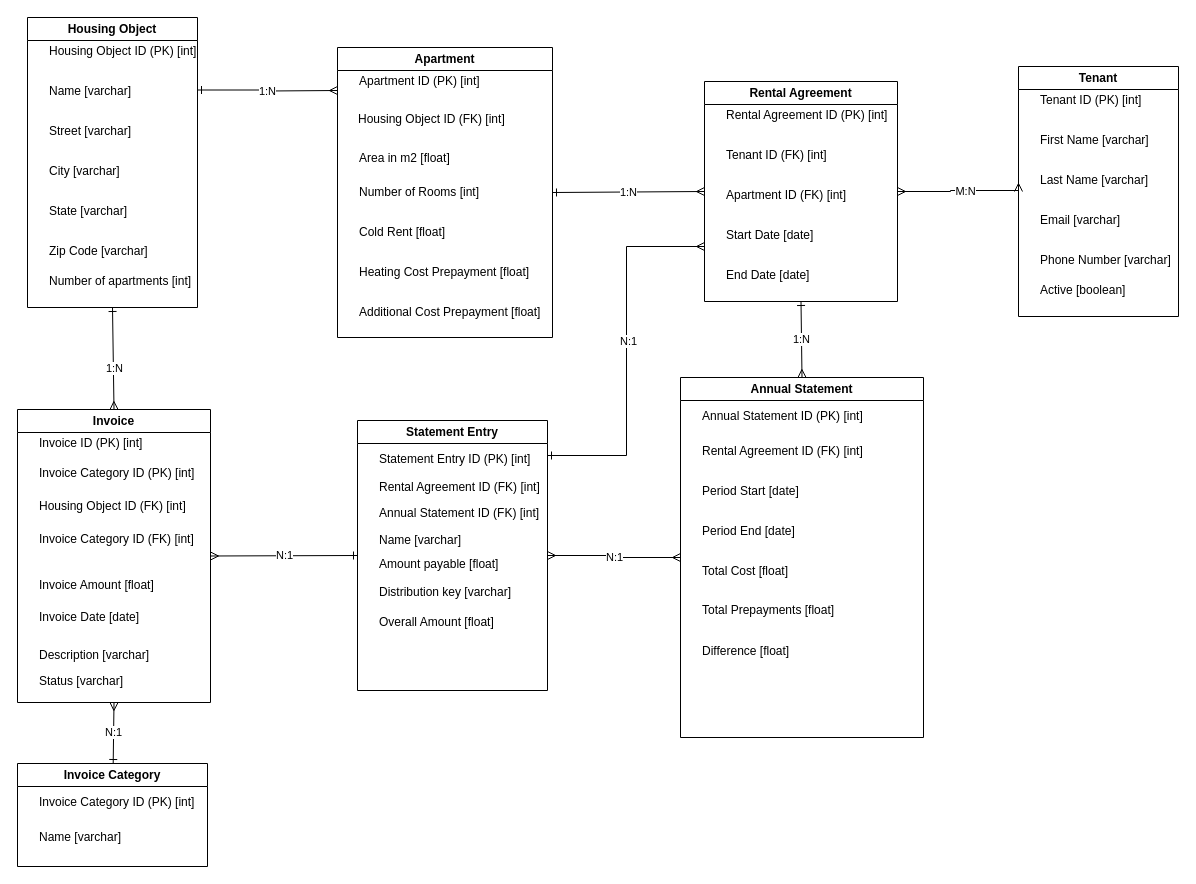
Before: docs/ERM-Tenant-Management.drawio in Ainges/DPE-2024-Backend, a draw.io diagram. Source tidied: cells renumbered, new cells numbered last; positions are measured from the earlier drawing's top-left corner, leaving out a move shared by most shapes. Both pictures are drawn from the tidied source at 100%, with x=0, y=0 at pixel (17, 17).
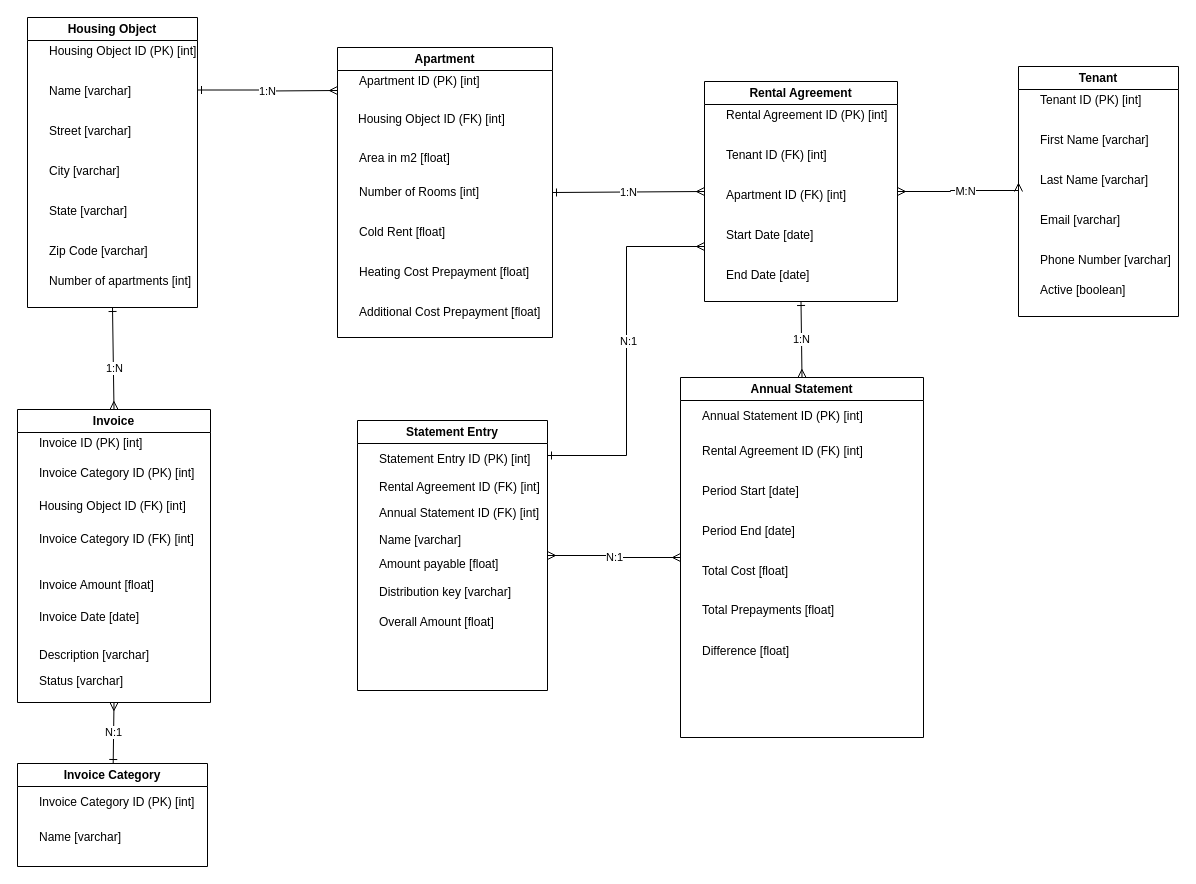
After the change.

Commit message (it also covers changes not shown here):
Updated Postman Collection

The change refers to these unchanged cells:
```xml
<mxCell id="32" value="Invoice" style="swimlane;whiteSpace=wrap;html=1;" parent="1" vertex="1">
  <mxGeometry y="392" width="193" height="293" as="geometry" />
</mxCell>
<mxCell id="56" value="Statement Entry" style="swimlane;whiteSpace=wrap;html=1;" parent="1" vertex="1">
  <mxGeometry x="340" y="403" width="190" height="270" as="geometry" />
</mxCell>
```

Diff of the diagram source:
```diff
@@
-    <mxCell id="31" value="N:1" style="edgeStyle=none;html=1;exitX=1;exitY=0.5;exitDx=0;exitDy=0;entryX=0;entryY=0.5;entryDx=0;entryDy=0;startArrow=ERmany;startFill=0;endArrow=ERone;endFill=0;" parent="1" edge="1" source="32" target="56">
-      <mxGeometry relative="1" as="geometry" />
-    </mxCell>
```
